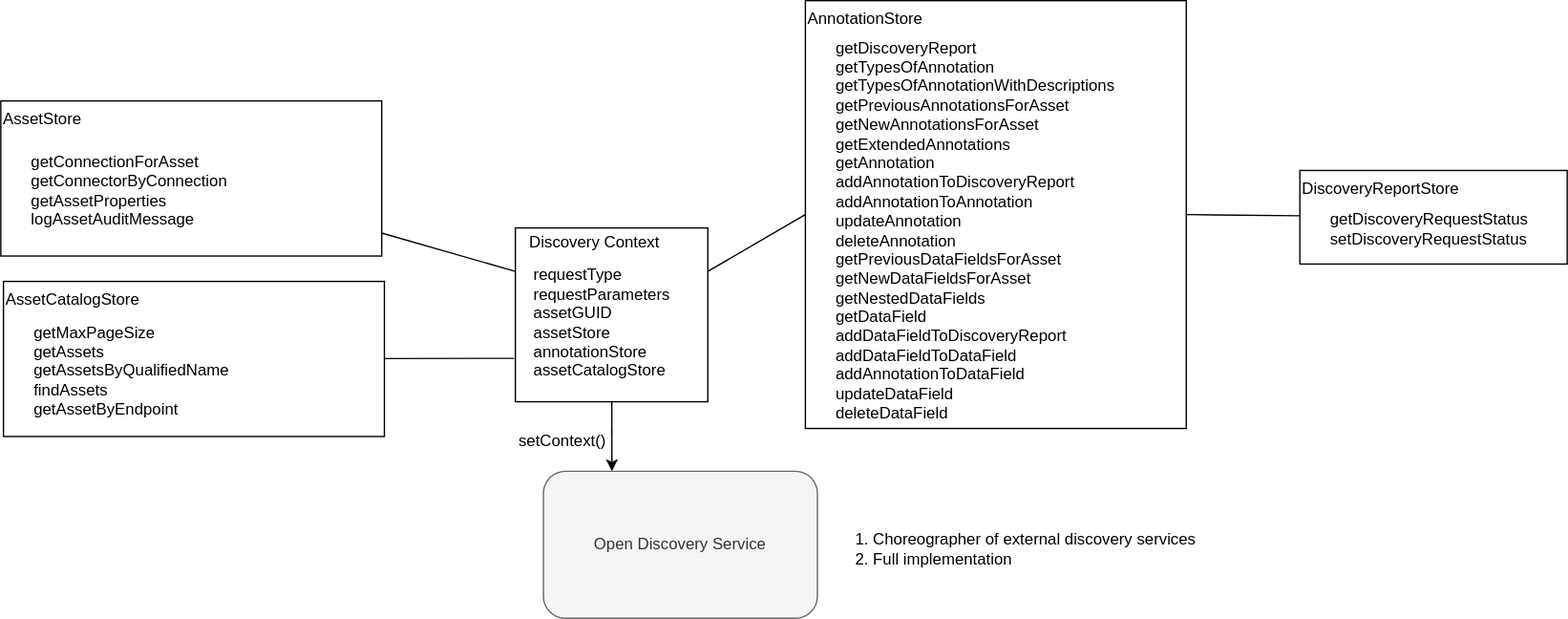
Earlier version of the draw.io export site/docs/frameworks/odf/discovery-context.svg (odpi/egeria-docs). Source tidied: cells renumbered, new cells last; positions are measured from the earlier drawing's top-left corner, leaving out a move shared by most shapes.
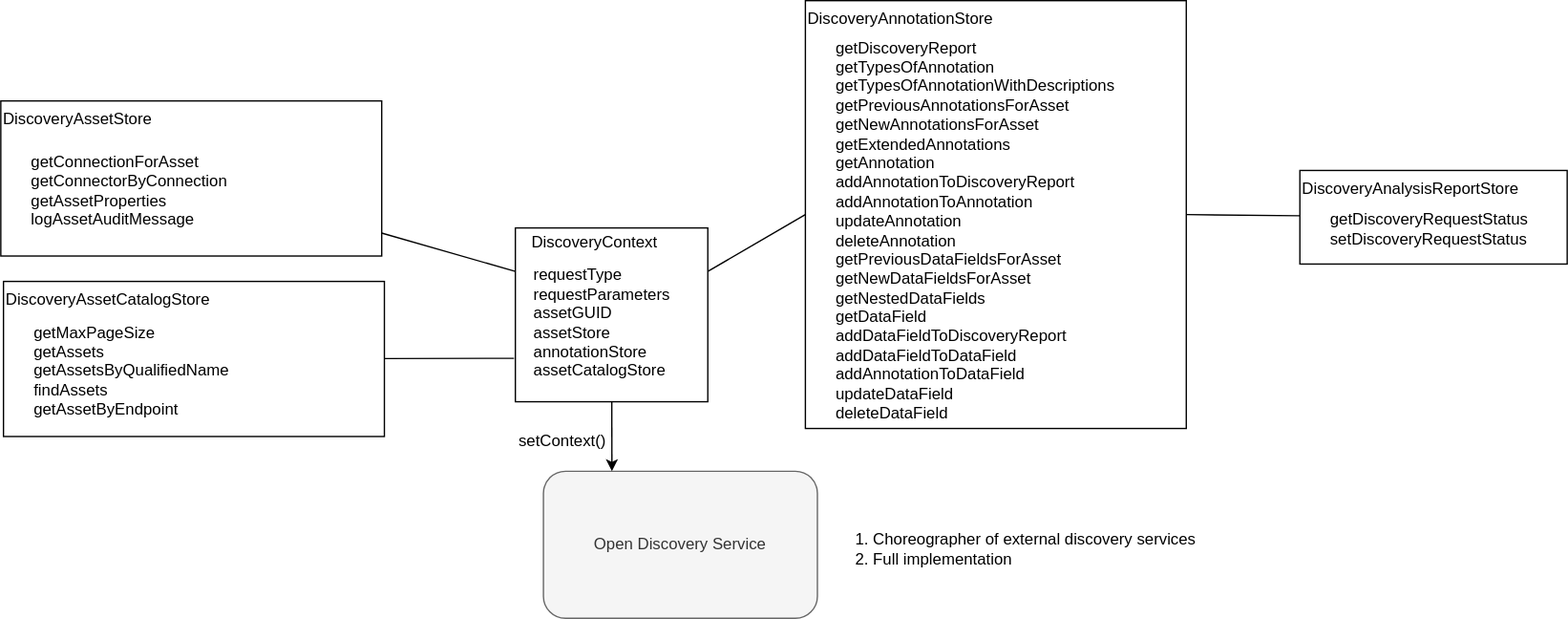
Above is the later version.

Change to the diagram source:
```diff
@@ -14,7 +14,7 @@
     <mxCell id="5" value="requestType&lt;br&gt;requestParameters&lt;br&gt;assetGUID&lt;br&gt;assetStore&lt;br&gt;annotationStore&lt;br&gt;assetCatalogStore" style="text;html=1;align=left;verticalAlign=middle;perimeterSpacing=3;" parent="1" vertex="1">
       <mxGeometry x="397" y="196" width="120" height="90" as="geometry" />
     </mxCell>
-    <mxCell id="6" value="Discovery Context" style="text;html=1;align=center;verticalAlign=middle;" parent="1" vertex="1">
+    <mxCell id="6" value="DiscoveryContext" style="text;html=1;align=center;verticalAlign=middle;" parent="1" vertex="1">
       <mxGeometry x="389" y="171" width="110" height="20" as="geometry" />
     </mxCell>
     <mxCell id="7" value="&lt;div&gt;&lt;br&gt;&lt;/div&gt;&lt;ol&gt;&lt;li&gt;Choreographer of external discovery services&lt;/li&gt;&lt;li&gt;Full implementation&amp;nbsp;&lt;/li&gt;&lt;/ol&gt;" style="text;html=1;align=left;verticalAlign=middle;" parent="1" vertex="1">
@@ -28,7 +28,7 @@
         <mxPoint x="384" y="267.5" as="targetPoint" />
       </mxGeometry>
     </mxCell>
-    <mxCell id="10" value="AssetCatalogStore" style="rounded=0;whiteSpace=wrap;html=1;strokeColor=#000000;strokeWidth=1;align=left;verticalAlign=top;" parent="1" vertex="1">
+    <mxCell id="10" value="DiscoveryAssetCatalogStore" style="rounded=0;whiteSpace=wrap;html=1;strokeColor=#000000;strokeWidth=1;align=left;verticalAlign=top;" parent="1" vertex="1">
       <mxGeometry x="2" y="210" width="285" height="116" as="geometry" />
     </mxCell>
     <mxCell id="11" value="getMaxPageSize&lt;br&gt;getAssets&lt;br&gt;getAssetsByQualifiedName&lt;br&gt;findAssets&lt;br&gt;getAssetByEndpoint" style="text;html=1;align=left;verticalAlign=middle;" parent="1" vertex="1">
@@ -37,7 +37,7 @@
     <mxCell id="12" style="edgeStyle=none;rounded=0;jettySize=auto;html=1;entryX=0;entryY=0.25;entryDx=0;entryDy=0;endSize=4;endArrow=none;endFill=0;" parent="1" edge="1" source="13" target="2">
       <mxGeometry relative="1" as="geometry" />
     </mxCell>
-    <mxCell id="13" value="AssetStore" style="rounded=0;whiteSpace=wrap;html=1;strokeColor=#000000;strokeWidth=1;align=left;verticalAlign=top;" parent="1" vertex="1">
+    <mxCell id="13" value="DiscoveryAssetStore" style="rounded=0;whiteSpace=wrap;html=1;strokeColor=#000000;strokeWidth=1;align=left;verticalAlign=top;" parent="1" vertex="1">
       <mxGeometry y="75" width="285" height="116" as="geometry" />
     </mxCell>
     <mxCell id="14" value="getConnectionForAsset&lt;br&gt;getConnectorByConnection&lt;br&gt;getAssetProperties&lt;br&gt;logAssetAuditMessage" style="text;html=1;align=left;verticalAlign=middle;" parent="1" vertex="1">
@@ -46,7 +46,7 @@
     <mxCell id="15" style="edgeStyle=none;rounded=0;jettySize=auto;html=1;entryX=1;entryY=0.25;entryDx=0;entryDy=0;endSize=4;endArrow=none;endFill=0;exitX=0;exitY=0.5;exitDx=0;exitDy=0;" parent="1" edge="1" source="16" target="2">
       <mxGeometry relative="1" as="geometry" />
     </mxCell>
-    <mxCell id="16" value="AnnotationStore" style="rounded=0;whiteSpace=wrap;html=1;strokeColor=#000000;strokeWidth=1;align=left;verticalAlign=top;" parent="1" vertex="1">
+    <mxCell id="16" value="DiscoveryAnnotationStore" style="rounded=0;whiteSpace=wrap;html=1;strokeColor=#000000;strokeWidth=1;align=left;verticalAlign=top;" parent="1" vertex="1">
       <mxGeometry x="602" width="285" height="320" as="geometry" />
     </mxCell>
     <mxCell id="17" value="getDiscoveryReport&lt;br&gt;getTypesOfAnnotation&lt;br&gt;getTypesOfAnnotationWithDescriptions&lt;br&gt;getPreviousAnnotationsForAsset&lt;br&gt;getNewAnnotationsForAsset&lt;br&gt;getExtendedAnnotations&lt;br&gt;getAnnotation&lt;br&gt;addAnnotationToDiscoveryReport&lt;br&gt;addAnnotationToAnnotation&lt;br&gt;updateAnnotation&lt;br&gt;deleteAnnotation&lt;br&gt;getPreviousDataFieldsForAsset&lt;br&gt;getNewDataFieldsForAsset&lt;br&gt;getNestedDataFields&lt;br&gt;getDataField&lt;br&gt;addDataFieldToDiscoveryReport&lt;br&gt;addDataFieldToDataField&lt;br&gt;addAnnotationToDataField&lt;br&gt;updateDataField&lt;br&gt;deleteDataField" style="text;html=1;align=left;verticalAlign=middle;" parent="1" vertex="1">
@@ -55,7 +55,7 @@
     <mxCell id="18" style="edgeStyle=none;rounded=0;jettySize=auto;html=1;entryX=1;entryY=0.5;entryDx=0;entryDy=0;endSize=4;endArrow=none;endFill=0;" parent="1" edge="1" source="19" target="16">
       <mxGeometry relative="1" as="geometry" />
     </mxCell>
-    <mxCell id="19" value="DiscoveryReportStore" style="rounded=0;whiteSpace=wrap;html=1;strokeColor=#000000;strokeWidth=1;align=left;verticalAlign=top;" parent="1" vertex="1">
+    <mxCell id="19" value="DiscoveryAnalysisReportStore" style="rounded=0;whiteSpace=wrap;html=1;strokeColor=#000000;strokeWidth=1;align=left;verticalAlign=top;" parent="1" vertex="1">
       <mxGeometry x="972" y="127" width="200" height="70" as="geometry" />
     </mxCell>
     <mxCell id="20" value="getDiscoveryRequestStatus&lt;br&gt;setDiscoveryRequestStatus" style="text;html=1;align=left;verticalAlign=middle;" parent="1" vertex="1">
```
